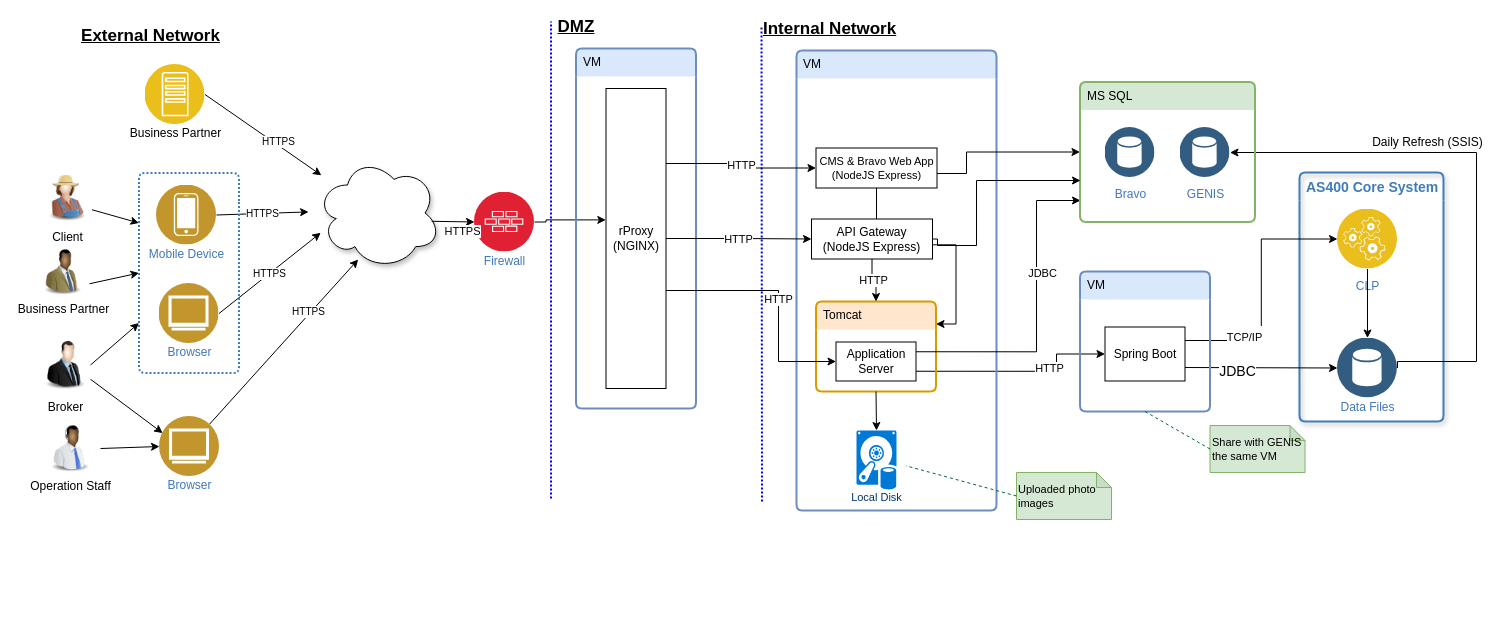
Before: page "Physical Deployment" (2 of 2) of Bravo_Architecture (8).drawio in whalebig27/change-request-process-diagram, a draw.io diagram. Source tidied: cells renumbered, new cells numbered last; positions are measured from the earlier drawing's top-left corner, leaving out a move shared by most shapes. Both pictures are drawn from the tidied source at 100%, with x=0, y=0 at pixel (36, 17).
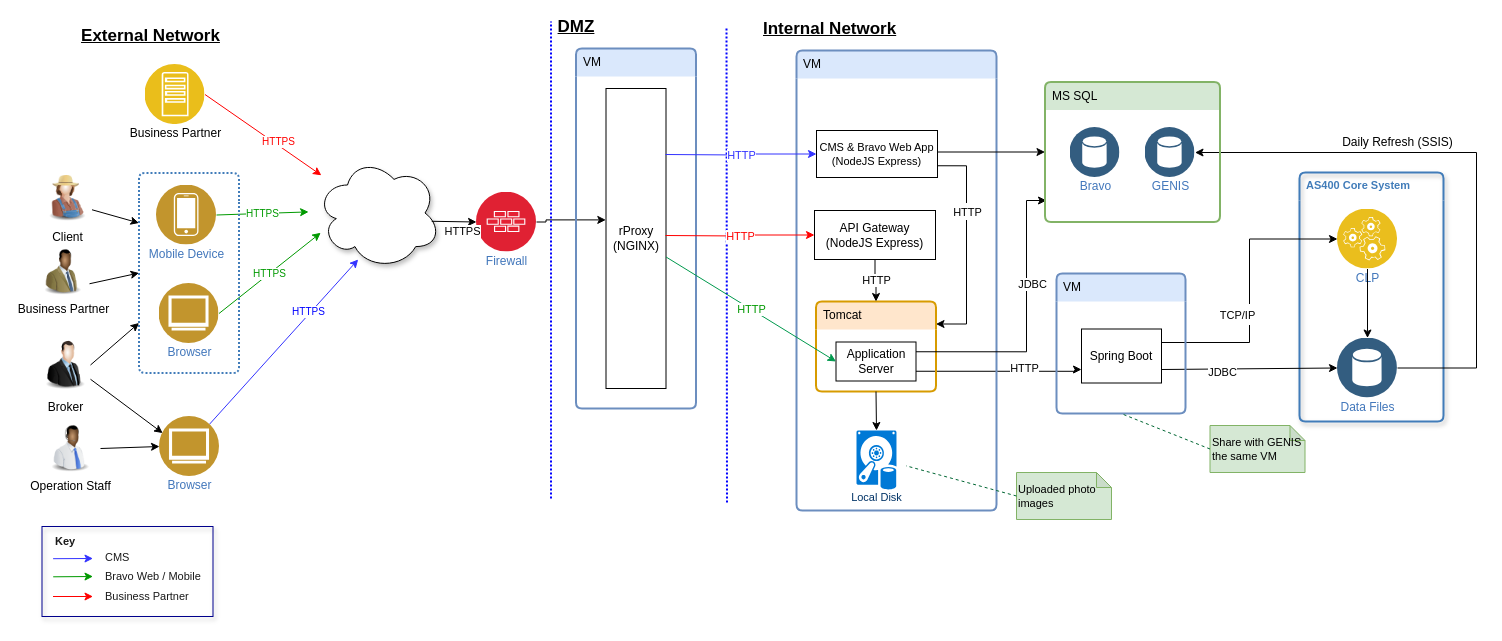
After the change.

The change refers to these unchanged cells:
```xml
<mxCell id="4" value="Browser" style="perimeter=ellipsePerimeter;html=1;align=center;shadow=0;dashed=0;fontColor=#4277BB;labelBackgroundColor=#ffffff;fontSize=12;spacingTop=-5;image;image=img/lib/ibm/users/browser.svg;" parent="1" vertex="1">
  <mxGeometry x="123" y="399" width="60" height="60" as="geometry" />
</mxCell>
<mxCell id="9" value="&lt;font style=&quot;font-size: 12px&quot;&gt;&lt;font color=&quot;#000000&quot;&gt;Business Partner&lt;/font&gt;&lt;br&gt;&lt;/font&gt;" style="perimeter=ellipsePerimeter;html=1;align=center;shadow=0;dashed=0;fontColor=#4277BB;labelBackgroundColor=#ffffff;fontSize=12;spacingTop=-5;image;image=img/lib/ibm/applications/app_server.svg;" parent="1" vertex="1">
  <mxGeometry x="108.5" y="47" width="60" height="60" as="geometry" />
</mxCell>
<mxCell id="13" value="Data Files" style="perimeter=ellipsePerimeter;html=1;align=center;shadow=0;dashed=0;fontColor=#4277BB;labelBackgroundColor=#ffffff;fontSize=12;spacingTop=-5;image;image=img/lib/ibm/data/data_services.svg;strokeColor=#0000CC;strokeWidth=1;" parent="12" vertex="1">
  <mxGeometry x="38" y="165.5" width="60" height="60" as="geometry" />
</mxCell>
<mxCell id="16" style="rounded=0;jettySize=auto;html=1;entryX=0;entryY=0.5;entryDx=0;entryDy=0;exitX=1;exitY=0.75;exitDx=0;exitDy=0;" parent="1" edge="1" source="48" target="13">
  <mxGeometry relative="1" as="geometry" />
</mxCell>
<mxCell id="18" style="rounded=0;jettySize=auto;html=1;entryX=0;entryY=0.5;entryDx=0;entryDy=0;exitX=1;exitY=0.25;exitDx=0;exitDy=0;edgeStyle=orthogonalEdgeStyle;fontSize=11;" parent="1" edge="1" source="48" target="14">
  <mxGeometry relative="1" as="geometry" />
</mxCell>
<mxCell id="25" value="Mobile Device" style="perimeter=ellipsePerimeter;html=1;align=center;shadow=0;dashed=0;fontColor=#4277BB;labelBackgroundColor=#ffffff;fontSize=12;spacingTop=-5;image;image=img/lib/ibm/users/device.svg;" parent="24" vertex="1">
  <mxGeometry x="17.5" y="12" width="60" height="60" as="geometry" />
</mxCell>
<mxCell id="26" value="Browser" style="perimeter=ellipsePerimeter;html=1;align=center;shadow=0;dashed=0;fontColor=#4277BB;labelBackgroundColor=#ffffff;fontSize=12;spacingTop=-5;image;image=img/lib/ibm/users/browser.svg;" parent="24" vertex="1">
  <mxGeometry x="20" y="110.5" width="60" height="60" as="geometry" />
</mxCell>
<mxCell id="35" value="&lt;span&gt;rProxy&lt;/span&gt;&lt;br&gt;&lt;span&gt;(NGINX)&lt;/span&gt;" style="rounded=0;whiteSpace=wrap;html=1;" parent="34" vertex="1">
  <mxGeometry x="30" y="40" width="60" height="300" as="geometry" />
</mxCell>
<mxCell id="38" value="VM" style="swimlane;fontStyle=0;horizontal=1;startSize=28;swimlaneLine=0;swimlaneFillColor=none;fillColor=#dae8fc;rounded=1;whiteSpace=wrap;html=1;absoluteArcSize=1;arcSize=12;strokeColor=#6c8ebf;verticalAlign=top;align=left;spacingLeft=5;dashed=0;strokeWidth=2;shadow=0;dashPattern=1 1;" parent="1" vertex="1">
  <mxGeometry x="760" y="33" width="200" height="460" as="geometry" />
</mxCell>
<mxCell id="39" value="Tomcat" style="swimlane;fontStyle=0;horizontal=1;startSize=28;swimlaneLine=0;swimlaneFillColor=none;fillColor=#ffe6cc;rounded=1;whiteSpace=wrap;html=1;absoluteArcSize=1;arcSize=12;strokeColor=#d79b00;verticalAlign=top;align=left;spacingLeft=5;dashed=0;strokeWidth=2;" parent="38" vertex="1">
  <mxGeometry x="19.5" y="251" width="120" height="90" as="geometry" />
</mxCell>
<mxCell id="40" value="Application Server&lt;br&gt;" style="rounded=0;whiteSpace=wrap;html=1;" parent="39" vertex="1">
  <mxGeometry x="20" y="40.5" width="80" height="39" as="geometry" />
</mxCell>
<mxCell id="48" value="Spring Boot&lt;br&gt;" style="rounded=0;whiteSpace=wrap;html=1;" parent="47" vertex="1">
  <mxGeometry x="25" y="55.5" width="80" height="54" as="geometry" />
</mxCell>
```

What changed in the source:
```diff
@@
-    <mxCell id="2" style="rounded=0;jettySize=auto;html=1;entryX=0.402;entryY=0.95;entryDx=0;entryDy=0;entryPerimeter=0;" parent="1" edge="1" source="4">
+    <mxCell id="2" style="rounded=0;jettySize=auto;html=1;entryX=0.402;entryY=0.95;entryDx=0;entryDy=0;entryPerimeter=0;fillColor=#dae8fc;strokeColor=#3333FF;fontColor=#0000CC;" parent="1" edge="1" source="4">
       <mxGeometry relative="1" as="geometry">
         <mxPoint x="321.7" y="242" as="targetPoint" />
       </mxGeometry>
     </mxCell>
-    <mxCell id="3" value="&lt;font style=&quot;font-size: 10px;&quot;&gt;HTTPS&lt;/font&gt;" style="text;html=1;align=center;verticalAlign=middle;labelBackgroundColor=#ffffff;fontSize=10;" parent="2" vertex="1">
+    <mxCell id="3" value="&lt;font style=&quot;font-size: 10px;&quot;&gt;HTTPS&lt;/font&gt;" style="text;html=1;align=center;verticalAlign=middle;labelBackgroundColor=#ffffff;fontSize=10;fontColor=#0000FF;" parent="2" vertex="1">
       <mxGeometry x="0.35" y="3" relative="1" as="geometry" />
     </mxCell>
@@
-    <mxCell id="10" value="&lt;font style=&quot;font-size: 10px;&quot;&gt;HTTPS&lt;/font&gt;" style="rounded=0;jettySize=auto;html=1;exitX=1;exitY=0.5;exitDx=0;exitDy=0;fontSize=10;" parent="1" edge="1" source="25">
+    <mxCell id="10" value="&lt;font style=&quot;font-size: 10px;&quot;&gt;HTTPS&lt;/font&gt;" style="rounded=0;jettySize=auto;html=1;exitX=1;exitY=0.5;exitDx=0;exitDy=0;fontSize=10;fillColor=#d5e8d4;strokeColor=#009900;fontColor=#009900;" parent="1" edge="1" source="25">
       <mxGeometry relative="1" as="geometry">
         <mxPoint x="272.1" y="194.4" as="targetPoint" />
       </mxGeometry>
     </mxCell>
-    <mxCell id="11" value="&lt;font style=&quot;font-size: 10px;&quot;&gt;HTTPS&lt;/font&gt;" style="rounded=0;jettySize=auto;html=1;entryX=0.101;entryY=0.707;entryDx=0;entryDy=0;exitX=1;exitY=0.5;exitDx=0;exitDy=0;entryPerimeter=0;fontSize=10;" parent="1" edge="1" source="26">
+    <mxCell id="11" value="&lt;font style=&quot;font-size: 10px;&quot;&gt;HTTPS&lt;/font&gt;" style="rounded=0;jettySize=auto;html=1;entryX=0.101;entryY=0.707;entryDx=0;entryDy=0;exitX=1;exitY=0.5;exitDx=0;exitDy=0;entryPerimeter=0;fontSize=10;fillColor=#d5e8d4;strokeColor=#009900;fontColor=#009900;" parent="1" edge="1" source="26">
       <mxGeometry relative="1" as="geometry">
         <mxPoint x="284.2" y="215.3" as="targetPoint" />
       </mxGeometry>
     </mxCell>
-    <mxCell id="12" value="&lt;b&gt;&lt;font style=&quot;font-size: 14px&quot;&gt;AS400 Core System&lt;/font&gt;&lt;/b&gt;" style="swimlane;fontStyle=0;horizontal=1;startSize=28;swimlaneLine=0;swimlaneFillColor=none;fillColor=none;rounded=1;whiteSpace=wrap;html=1;absoluteArcSize=1;arcSize=12;strokeColor=#417CB9;fontColor=#417CB9;verticalAlign=top;align=left;spacingLeft=5;dashed=0;strokeWidth=2;shadow=1;" parent="1" vertex="1">
+    <mxCell id="12" value="&lt;b style=&quot;font-size: 11px;&quot;&gt;&lt;font style=&quot;font-size: 11px;&quot;&gt;AS400 Core System&lt;/font&gt;&lt;/b&gt;" style="swimlane;fontStyle=0;horizontal=1;startSize=28;swimlaneLine=0;swimlaneFillColor=none;fillColor=none;rounded=1;whiteSpace=wrap;html=1;absoluteArcSize=1;arcSize=12;strokeColor=#417CB9;fontColor=#417CB9;verticalAlign=top;align=left;spacingLeft=5;dashed=0;strokeWidth=2;shadow=1;fontSize=11;" parent="1" vertex="1">
       <mxGeometry x="1263" y="155" width="144" height="249" as="geometry" />
     </mxCell>
@@
-    <mxCell id="14" value="CLP" style="perimeter=ellipsePerimeter;html=1;align=center;shadow=0;dashed=0;fontColor=#4277BB;labelBackgroundColor=#ffffff;fontSize=12;spacingTop=3;image;image=img/lib/ibm/applications/runtime_services.svg;dashPattern=1 1;strokeColor=#0000CC;strokeWidth=3;" parent="12" vertex="1">
+    <mxCell id="14" value="CLP" style="perimeter=ellipsePerimeter;html=1;align=center;shadow=0;dashed=0;fontColor=#4277BB;labelBackgroundColor=#ffffff;fontSize=12;spacingTop=-5;image;image=img/lib/ibm/applications/runtime_services.svg;dashPattern=1 1;strokeColor=#0000CC;strokeWidth=3;" parent="12" vertex="1">
       <mxGeometry x="38" y="36.5" width="60" height="60" as="geometry" />
     </mxCell>
@@
-    <mxCell id="17" value="&lt;font style=&quot;font-size: 14px&quot;&gt;JDBC&lt;/font&gt;" style="text;html=1;align=center;verticalAlign=middle;labelBackgroundColor=#ffffff;fontSize=17;" parent="16" vertex="1">
+    <mxCell id="17" value="&lt;font style=&quot;font-size: 11px;&quot;&gt;JDBC&lt;/font&gt;" style="text;html=1;align=center;verticalAlign=middle;labelBackgroundColor=#ffffff;fontSize=11;" parent="16" vertex="1">
       <mxGeometry x="-0.33" y="-3" relative="1" as="geometry">
         <mxPoint x="1" as="offset" />
       </mxGeometry>
     </mxCell>
@@
     <mxCell id="19" value="&lt;font style=&quot;font-size: 11px&quot;&gt;TCP/IP&lt;/font&gt;" style="text;html=1;align=center;verticalAlign=middle;labelBackgroundColor=#ffffff;fontSize=17;" parent="18" vertex="1">
       <mxGeometry x="-0.36" y="18" relative="1" as="geometry">
-        <mxPoint x="1" as="offset" />
+        <mxPoint x="5.5" y="-27.5" as="offset" />
       </mxGeometry>
     </mxCell>
-    <mxCell id="20" style="rounded=0;jettySize=auto;html=1;exitX=1;exitY=0.5;exitDx=0;exitDy=0;" parent="1" edge="1" source="9">
+    <mxCell id="20" style="rounded=0;jettySize=auto;html=1;exitX=1;exitY=0.5;exitDx=0;exitDy=0;fillColor=#f8cecc;strokeColor=#FF0000;fontColor=#FF0000;" parent="1" edge="1" source="9">
       <mxGeometry relative="1" as="geometry">
         <mxPoint x="284.9" y="157.8" as="targetPoint" />
       </mxGeometry>
     </mxCell>
-    <mxCell id="21" value="&lt;font style=&quot;font-size: 10px;&quot;&gt;HTTPS&lt;/font&gt;" style="text;html=1;align=center;verticalAlign=middle;labelBackgroundColor=#ffffff;fontSize=10;" parent="20" vertex="1">
+    <mxCell id="21" value="&lt;font style=&quot;font-size: 10px&quot; color=&quot;#ff0000&quot;&gt;HTTPS&lt;/font&gt;" style="text;html=1;align=center;verticalAlign=middle;labelBackgroundColor=#ffffff;fontSize=10;" parent="20" vertex="1">
       <mxGeometry x="0.22" y="3" relative="1" as="geometry">
         <mxPoint x="1" as="offset" />
       </mxGeometry>
     </mxCell>
@@
     <mxCell id="31" value="Firewall" style="perimeter=ellipsePerimeter;html=1;align=center;shadow=0;dashed=0;fontColor=#4277BB;labelBackgroundColor=#ffffff;fontSize=12;spacingTop=-5;image;image=img/lib/ibm/security/firewall.svg;dashPattern=1 1;strokeColor=#0000CC;strokeWidth=2;" parent="1" vertex="1">
-      <mxGeometry x="438" y="174.5" width="60" height="60" as="geometry" />
+      <mxGeometry x="440" y="174.5" width="60" height="60" as="geometry" />
     </mxCell>
@@
     <mxCell id="33" style="endArrow=none;dashed=1;html=1;strokeWidth=2;dashPattern=1 1;strokeColor=#0000FF;" parent="1" edge="1">
       <mxGeometry relative="1" as="geometry">
-        <mxPoint x="725.5" y="484" as="sourcePoint" />
-        <mxPoint x="725" y="8" as="targetPoint" />
+        <mxPoint x="690.5" y="485" as="sourcePoint" />
+        <mxPoint x="690" y="9" as="targetPoint" />
       </mxGeometry>
     </mxCell>
@@
-    <mxCell id="36" style="edgeStyle=orthogonalEdgeStyle;rounded=0;jettySize=auto;html=1;entryX=0;entryY=0.5;entryDx=0;entryDy=0;exitX=1;exitY=0.75;exitDx=0;exitDy=0;" parent="1" edge="1" source="40" target="48">
+    <mxCell id="36" style="edgeStyle=orthogonalEdgeStyle;rounded=0;jettySize=auto;html=1;entryX=0;entryY=0.75;entryDx=0;entryDy=0;exitX=1;exitY=0.75;exitDx=0;exitDy=0;" parent="1" edge="1" source="40" target="48">
       <mxGeometry relative="1" as="geometry">
         <Array as="points">
-          <mxPoint x="1020" y="354" />
-          <mxPoint x="1020" y="337" />
+          <mxPoint x="1040" y="353" />
+          <mxPoint x="1040" y="352" />
         </Array>
       </mxGeometry>
     </mxCell>
@@
-    <mxCell id="41" style="edgeStyle=orthogonalEdgeStyle;rounded=0;jettySize=auto;html=1;entryX=1;entryY=0.25;entryDx=0;entryDy=0;fontSize=11;fontColor=#FF0000;" parent="38" edge="1" source="42" target="39">
-      <mxGeometry relative="1" as="geometry" />
+    <mxCell id="41" style="edgeStyle=orthogonalEdgeStyle;rounded=0;jettySize=auto;html=1;entryX=1;entryY=0.25;entryDx=0;entryDy=0;fontSize=11;fontColor=#FF0000;exitX=1;exitY=0.75;exitDx=0;exitDy=0;" parent="38" edge="1" source="42" target="39">
+      <mxGeometry relative="1" as="geometry">
+        <Array as="points">
+          <mxPoint x="170" y="115" />
+          <mxPoint x="170" y="274" />
+        </Array>
+      </mxGeometry>
     </mxCell>
+    <mxCell id="71" value="&lt;font style=&quot;font-size: 11px&quot;&gt;HTTP&lt;/font&gt;" style="text;html=1;align=center;verticalAlign=middle;labelBackgroundColor=#ffffff;fontSize=14;fontColor=#000000;" parent="41" vertex="1">
+      <mxGeometry x="-0.32" relative="1" as="geometry" />
+    </mxCell>
     <mxCell id="42" value="CMS &amp;amp; Bravo Web App&lt;br style=&quot;font-size: 11px;&quot;&gt;(NodeJS Express)&lt;br style=&quot;font-size: 11px;&quot;&gt;" style="rounded=0;whiteSpace=wrap;html=1;fontSize=11;" parent="38" vertex="1">
-      <mxGeometry x="19.5" y="97.5" width="121" height="40" as="geometry" />
+      <mxGeometry x="20" y="80" width="121" height="47" as="geometry" />
     </mxCell>
     <mxCell id="43" value="&lt;span&gt;API Gateway&lt;/span&gt;&lt;br&gt;(NodeJS Express)&lt;br&gt;" style="rounded=0;whiteSpace=wrap;html=1;" parent="38" vertex="1">
-      <mxGeometry x="15" y="168.5" width="121" height="40" as="geometry" />
+      <mxGeometry x="18" y="160" width="121" height="49" as="geometry" />
     </mxCell>
@@
     <mxCell id="47" value="VM" style="swimlane;fontStyle=0;horizontal=1;startSize=28;swimlaneLine=0;swimlaneFillColor=none;fillColor=#dae8fc;rounded=1;whiteSpace=wrap;html=1;absoluteArcSize=1;arcSize=12;strokeColor=#6c8ebf;verticalAlign=top;align=left;spacingLeft=5;dashed=0;strokeWidth=2;shadow=0;dashPattern=1 1;" parent="1" vertex="1">
-      <mxGeometry x="1043.5" y="254" width="130" height="140" as="geometry" />
+      <mxGeometry x="1020" y="256" width="129" height="140" as="geometry" />
     </mxCell>
@@
     <mxCell id="49" style="edgeStyle=orthogonalEdgeStyle;rounded=0;jettySize=auto;html=1;exitX=1;exitY=0.25;exitDx=0;exitDy=0;fontSize=10;" parent="1" edge="1" source="40">
       <mxGeometry relative="1" as="geometry">
-        <mxPoint x="1044" y="183" as="targetPoint" />
+        <mxPoint x="1010" y="183" as="targetPoint" />
         <Array as="points">
-          <mxPoint x="1000" y="334" />
-          <mxPoint x="1000" y="183" />
+          <mxPoint x="990" y="334" />
+          <mxPoint x="990" y="183" />
         </Array>
       </mxGeometry>
     </mxCell>
@@
     <mxCell id="51" style="edgeStyle=orthogonalEdgeStyle;rounded=0;jettySize=auto;html=1;exitX=1;exitY=0.5;exitDx=0;exitDy=0;entryX=1;entryY=0.5;entryDx=0;entryDy=0;" parent="1" edge="1" source="13" target="60">
       <mxGeometry relative="1" as="geometry">
         <Array as="points">
-          <mxPoint x="1440" y="344" />
+          <mxPoint x="1440" y="351" />
           <mxPoint x="1440" y="135" />
         </Array>
       </mxGeometry>
     </mxCell>
@@
     <mxCell id="58" value="MS SQL" style="swimlane;fontStyle=0;horizontal=1;startSize=28;swimlaneLine=0;swimlaneFillColor=none;fillColor=#d5e8d4;rounded=1;whiteSpace=wrap;html=1;absoluteArcSize=1;arcSize=12;strokeColor=#82b366;verticalAlign=top;align=left;spacingLeft=5;dashed=0;strokeWidth=2;" parent="1" vertex="1">
-      <mxGeometry x="1043.5" y="64.5" width="175" height="140" as="geometry" />
+      <mxGeometry x="1008.5" y="64.5" width="175" height="140" as="geometry" />
     </mxCell>
-    <mxCell id="59" value="Bravo" style="perimeter=ellipsePerimeter;html=1;align=center;shadow=0;dashed=0;fontColor=#4277BB;labelBackgroundColor=#ffffff;fontSize=12;spacingTop=3;image;image=img/lib/ibm/data/data_services.svg;" parent="58" vertex="1">
+    <mxCell id="59" value="Bravo" style="perimeter=ellipsePerimeter;html=1;align=center;shadow=0;dashed=0;fontColor=#4277BB;labelBackgroundColor=#ffffff;fontSize=12;spacingTop=-5;image;image=img/lib/ibm/data/data_services.svg;" parent="58" vertex="1">
       <mxGeometry x="25" y="45.5" width="50" height="50" as="geometry" />
     </mxCell>
-    <mxCell id="60" value="GENIS" style="perimeter=ellipsePerimeter;html=1;align=center;shadow=0;dashed=0;fontColor=#4277BB;labelBackgroundColor=#ffffff;fontSize=12;spacingTop=3;image;image=img/lib/ibm/data/data_services.svg;" parent="58" vertex="1">
+    <mxCell id="60" value="GENIS" style="perimeter=ellipsePerimeter;html=1;align=center;shadow=0;dashed=0;fontColor=#4277BB;labelBackgroundColor=#ffffff;fontSize=12;spacingTop=-5;image;image=img/lib/ibm/data/data_services.svg;" parent="58" vertex="1">
       <mxGeometry x="100" y="45.5" width="50" height="50" as="geometry" />
     </mxCell>
-    <mxCell id="61" style="edgeStyle=orthogonalEdgeStyle;rounded=0;jettySize=auto;html=1;exitX=1;exitY=0.5;exitDx=0;exitDy=0;" parent="1" edge="1" source="43">
-      <mxGeometry relative="1" as="geometry">
-        <mxPoint x="1044" y="163" as="targetPoint" />
-        <Array as="points">
-          <mxPoint x="901" y="228" />
-          <mxPoint x="940" y="228" />
-          <mxPoint x="940" y="163" />
-        </Array>
-      </mxGeometry>
-    </mxCell>
@@
-    <mxCell id="66" value="HTTP" style="endArrow=classic;html=1;entryX=0;entryY=0.5;entryDx=0;entryDy=0;rounded=0;edgeStyle=orthogonalEdgeStyle;exitX=1;exitY=0.5;exitDx=0;exitDy=0;" parent="1" edge="1" source="35" target="43">
-      <mxGeometry relative="1" as="geometry" />
+    <mxCell id="66" value="HTTP" style="endArrow=classic;html=1;entryX=0;entryY=0.5;entryDx=0;entryDy=0;rounded=0;edgeStyle=orthogonalEdgeStyle;fillColor=#f8cecc;strokeColor=#FF0000;fontColor=#FF0000;" parent="1" edge="1" target="43">
+      <mxGeometry relative="1" as="geometry">
+        <mxPoint x="629" y="218" as="sourcePoint" />
+      </mxGeometry>
     </mxCell>
-    <mxCell id="67" value="HTTP" style="endArrow=classic;html=1;entryX=0;entryY=0.5;entryDx=0;entryDy=0;edgeStyle=orthogonalEdgeStyle;rounded=0;exitX=1;exitY=0.25;exitDx=0;exitDy=0;" parent="1" edge="1" source="35" target="42">
-      <mxGeometry relative="1" as="geometry" />
+    <mxCell id="67" value="HTTP" style="endArrow=classic;html=1;entryX=0;entryY=0.5;entryDx=0;entryDy=0;edgeStyle=orthogonalEdgeStyle;rounded=0;strokeColor=#3333FF;fontColor=#3333FF;" parent="1" edge="1" target="42">
+      <mxGeometry relative="1" as="geometry">
+        <mxPoint x="629" y="137" as="sourcePoint" />
+      </mxGeometry>
     </mxCell>
-    <mxCell id="68" style="edgeStyle=orthogonalEdgeStyle;rounded=0;jettySize=auto;html=1;entryX=0;entryY=0.5;entryDx=0;entryDy=0;" parent="1" edge="1" source="42" target="58">
+    <mxCell id="68" style="edgeStyle=orthogonalEdgeStyle;rounded=0;jettySize=auto;html=1;entryX=0;entryY=0.5;entryDx=0;entryDy=0;exitX=1;exitY=0.5;exitDx=0;exitDy=0;" parent="1" edge="1" source="42" target="58">
       <mxGeometry relative="1" as="geometry">
         <Array as="points">
-          <mxPoint x="930" y="156" />
-          <mxPoint x="930" y="135" />
+          <mxPoint x="901" y="134" />
         </Array>
       </mxGeometry>
     </mxCell>
-    <mxCell id="69" value="HTTP" style="endArrow=classic;html=1;entryX=0;entryY=0.5;entryDx=0;entryDy=0;rounded=0;edgeStyle=orthogonalEdgeStyle;" parent="1" edge="1" source="35" target="40">
-      <mxGeometry relative="1" as="geometry">
-        <Array as="points">
-          <mxPoint x="742" y="273" />
-          <mxPoint x="742" y="344" />
-        </Array>
-      </mxGeometry>
+    <mxCell id="69" value="HTTP" style="endArrow=classic;html=1;entryX=0;entryY=0.5;entryDx=0;entryDy=0;rounded=0;fillColor=#d5e8d4;strokeColor=#00994D;fontColor=#009900;" parent="1" edge="1" source="35" target="40">
+      <mxGeometry relative="1" as="geometry" />
     </mxCell>
@@
+    <mxCell id="72" style="group;" parent="1" vertex="1">
+      <mxGeometry x="5.5" y="509" width="171" height="90" as="geometry" />
+    </mxCell>
+    <mxCell id="73" style="rounded=0;whiteSpace=wrap;html=1;shadow=1;strokeColor=#00008C;strokeWidth=1;fillColor=none;fontSize=11;fontColor=#000000;align=left;" parent="72" vertex="1">
+      <mxGeometry width="171" height="90" as="geometry" />
+    </mxCell>
+    <mxCell id="74" style="rounded=0;orthogonalLoop=1;jettySize=auto;html=1;fillColor=#dae8fc;strokeColor=#3333FF;fontColor=#0000CC;" parent="72" edge="1">
+      <mxGeometry relative="1" as="geometry">
+        <mxPoint x="11.1" y="32.2" as="sourcePoint" />
+        <mxPoint x="51" y="32" as="targetPoint" />
+      </mxGeometry>
+    </mxCell>
+    <mxCell id="75" style="rounded=0;orthogonalLoop=1;jettySize=auto;html=1;exitX=1;exitY=0.5;exitDx=0;exitDy=0;fontSize=10;fillColor=#d5e8d4;strokeColor=#009900;fontColor=#009900;" parent="72" edge="1">
+      <mxGeometry relative="1" as="geometry">
+        <mxPoint x="11.2" y="50.3" as="sourcePoint" />
+        <mxPoint x="51" y="50" as="targetPoint" />
+      </mxGeometry>
+    </mxCell>
+    <mxCell id="76" style="rounded=0;orthogonalLoop=1;jettySize=auto;html=1;fillColor=#f8cecc;strokeColor=#FF0000;fontColor=#FF0000;" parent="72" edge="1">
+      <mxGeometry relative="1" as="geometry">
+        <mxPoint x="11" y="70" as="sourcePoint" />
+        <mxPoint x="51" y="70" as="targetPoint" />
+      </mxGeometry>
+    </mxCell>
+    <mxCell id="77" value="CMS" style="text;html=1;strokeColor=none;fillColor=none;align=left;verticalAlign=middle;whiteSpace=wrap;rounded=0;shadow=1;dashed=1;dashPattern=1 1;fontSize=11;fontColor=#1A1A1A;" parent="72" vertex="1">
+      <mxGeometry x="61" y="21" width="70" height="20" as="geometry" />
+    </mxCell>
+    <mxCell id="78" value="Bravo Web / Mobile" style="text;html=1;strokeColor=none;fillColor=none;align=left;verticalAlign=middle;whiteSpace=wrap;rounded=0;shadow=1;dashed=1;dashPattern=1 1;fontSize=11;fontColor=#1A1A1A;" parent="72" vertex="1">
+      <mxGeometry x="61" y="40" width="100" height="20" as="geometry" />
+    </mxCell>
+    <mxCell id="79" value="Business Partner" style="text;html=1;strokeColor=none;fillColor=none;align=left;verticalAlign=middle;whiteSpace=wrap;rounded=0;shadow=1;dashed=1;dashPattern=1 1;fontSize=11;fontColor=#1A1A1A;" parent="72" vertex="1">
+      <mxGeometry x="61" y="60" width="100" height="20" as="geometry" />
+    </mxCell>
+    <mxCell id="80" value="&lt;b&gt;Key&lt;/b&gt;" style="text;html=1;strokeColor=none;fillColor=none;align=left;verticalAlign=middle;whiteSpace=wrap;rounded=0;shadow=1;dashed=1;dashPattern=1 1;fontSize=11;fontColor=#1A1A1A;" parent="72" vertex="1">
+      <mxGeometry x="11" y="5" width="70" height="20" as="geometry" />
+    </mxCell>
```
